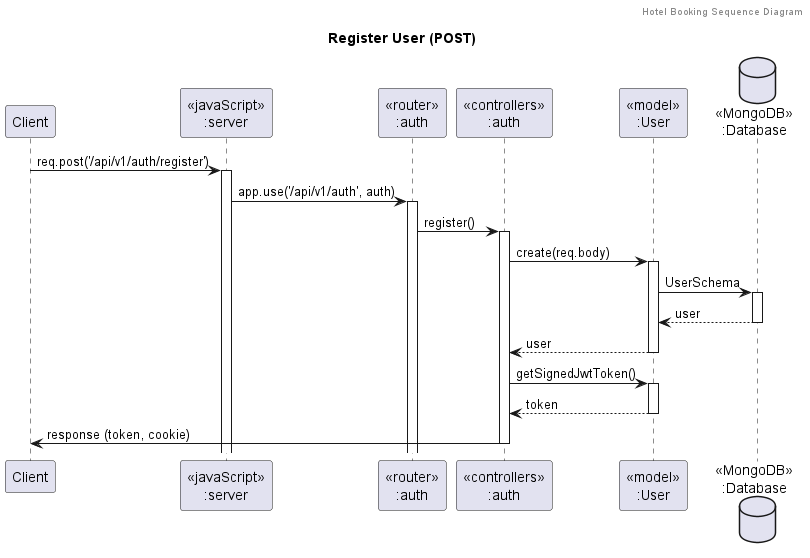
This is UMLDocuments/Sequence/User/UserRegister (Post)/Register User (POST).png from CaseCrescent/BackEnd-TestProject, a PlantUML export, as it was before one commit. Source of this version:
```plantuml
@startuml Register User (POST)
header Hotel Booking Sequence Diagram
title "Register User (POST)"

participant "Client" as client
participant "<<javaScript>>\n:server" as server
participant "<<router>>\n:auth" as routerAuth
participant "<<controllers>>\n:auth" as controllersAuth
participant "<<model>>\n:User" as modelUser
database "<<MongoDB>>\n:Database" as Database

client->server ++:req.post('/api/v1/auth/register')
server->routerAuth ++:app.use('/api/v1/auth', auth)
routerAuth -> controllersAuth ++:register()

controllersAuth->modelUser ++:create(req.body)
modelUser ->Database ++: UserSchema
Database --> modelUser --: user
controllersAuth <-- modelUser --:user

controllersAuth->modelUser ++:getSignedJwtToken()
modelUser --> controllersAuth --: token

controllersAuth->client --:response (token, cookie)

@enduml
```
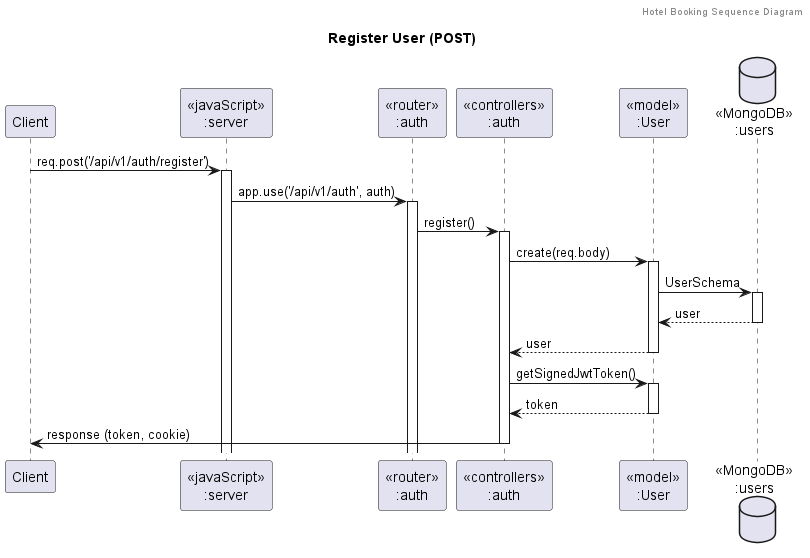
The same diagram one commit later.

Change to the diagram source:
```diff
@@ -7,7 +7,7 @@
 participant "<<router>>\n:auth" as routerAuth
 participant "<<controllers>>\n:auth" as controllersAuth
 participant "<<model>>\n:User" as modelUser
-database "<<MongoDB>>\n:Database" as Database
+database "<<MongoDB>>\n:users" as Database
 
 client->server ++:req.post('/api/v1/auth/register')
 server->routerAuth ++:app.use('/api/v1/auth', auth)
```
